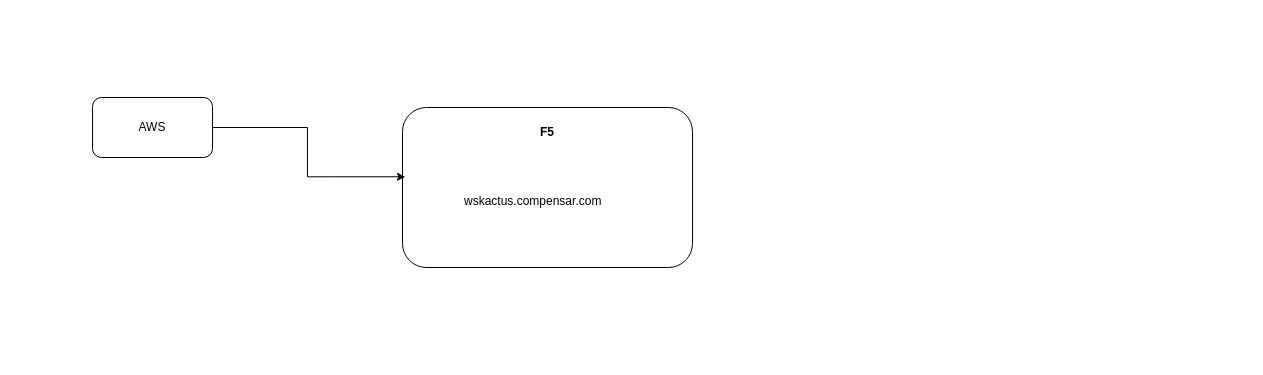
The draw.io diagram page "Page-4" (4 of 4) of Kactus Notificar.drawio in carlosvalderrama1204/diagrams, before the edit. Source tidied: cells renumbered, new cells numbered last; positions are measured from the earlier drawing's top-left corner, leaving out a move shared by most shapes. Both pictures are drawn from the tidied source at 100%, with x=0, y=0 at pixel (92, 97).
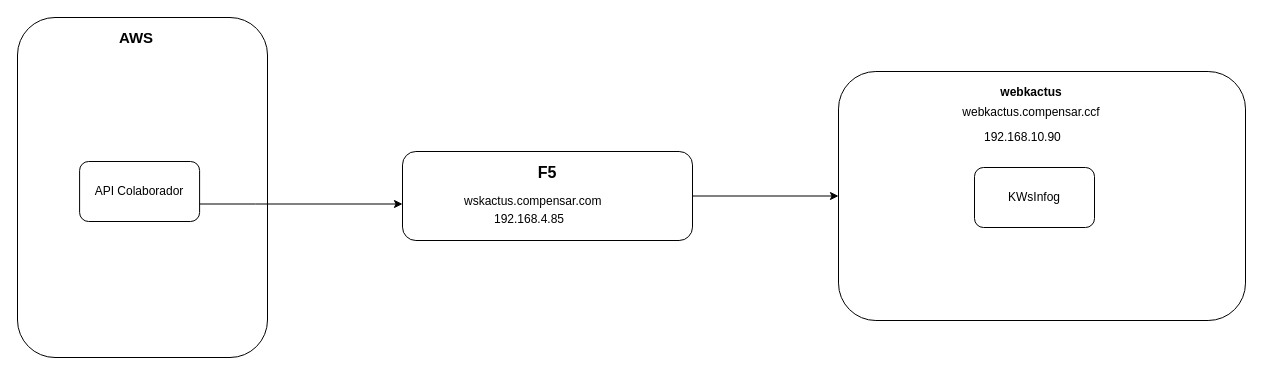
After the change.

Diff of the diagram source:
```diff
@@
 <mxGraphModel>
   <root>
     <mxCell id="0" />
     <mxCell id="1" parent="0" />
+    <mxCell id="7" style="rounded=1;whiteSpace=wrap;html=1;" parent="1" vertex="1">
+      <mxGeometry x="-75" y="-80" width="250" height="340" as="geometry" />
+    </mxCell>
+    <mxCell id="8" style="edgeStyle=orthogonalEdgeStyle;rounded=0;jettySize=auto;html=1;" parent="1" edge="1" source="2" target="10">
+      <mxGeometry relative="1" as="geometry" />
+    </mxCell>
     <mxCell id="2" style="rounded=1;whiteSpace=wrap;html=1;" parent="1" vertex="1">
-      <mxGeometry x="310" y="10" width="290" height="160" as="geometry" />
+      <mxGeometry x="310" y="54" width="290" height="89" as="geometry" />
     </mxCell>
     <mxCell id="3" value="wskactus.compensar.com" style="text;whiteSpace=wrap;" parent="1" vertex="1">
       <mxGeometry x="370" y="90" width="170" height="40" as="geometry" />
     </mxCell>
-    <mxCell id="4" value="AWS" style="rounded=1;whiteSpace=wrap;html=1;" parent="1" vertex="1">
-      <mxGeometry width="120" height="60" as="geometry" />
+    <mxCell id="4" value="API Colaborador" style="rounded=1;whiteSpace=wrap;html=1;" parent="1" vertex="1">
+      <mxGeometry x="-12.9" y="64" width="120" height="60" as="geometry" />
     </mxCell>
-    <mxCell id="5" value="F5" style="text;html=1;whiteSpace=wrap;strokeColor=none;fillColor=none;align=center;verticalAlign=middle;rounded=0;fontStyle=1;" parent="1" vertex="1">
-      <mxGeometry x="425" y="20" width="60" height="30" as="geometry" />
+    <mxCell id="5" value="F5" style="text;html=1;whiteSpace=wrap;strokeColor=none;fillColor=none;align=center;verticalAlign=middle;rounded=0;fontStyle=1;fontSize=16;" parent="1" vertex="1">
+      <mxGeometry x="425" y="60" width="60" height="30" as="geometry" />
     </mxCell>
-    <mxCell id="6" style="edgeStyle=orthogonalEdgeStyle;rounded=0;jettySize=auto;html=1;entryX=0.01;entryY=0.433;entryDx=0;entryDy=0;entryPerimeter=0;" parent="1" edge="1" source="4" target="2">
-      <mxGeometry relative="1" as="geometry" />
+    <mxCell id="6" style="edgeStyle=orthogonalEdgeStyle;rounded=0;jettySize=auto;html=1;entryX=0.01;entryY=0.433;entryDx=0;entryDy=0;entryPerimeter=0;" parent="1" edge="1" source="4">
+      <mxGeometry relative="1" as="geometry">
+        <mxPoint x="310" y="106.5" as="targetPoint" />
+        <Array as="points">
+          <mxPoint x="163" y="106.5" />
+          <mxPoint x="163" y="106.5" />
+        </Array>
+      </mxGeometry>
     </mxCell>
+    <mxCell id="9" value="AWS" style="text;html=1;whiteSpace=wrap;strokeColor=none;fillColor=none;align=center;verticalAlign=middle;rounded=0;fontStyle=1;fontSize=15;" parent="1" vertex="1">
+      <mxGeometry x="14" y="-75" width="60" height="30" as="geometry" />
+    </mxCell>
+    <mxCell id="10" style="rounded=1;whiteSpace=wrap;html=1;" parent="1" vertex="1">
+      <mxGeometry x="746" y="-26" width="407" height="249" as="geometry" />
+    </mxCell>
+    <mxCell id="11" value="webkactus" style="text;html=1;whiteSpace=wrap;strokeColor=none;fillColor=none;align=center;verticalAlign=middle;rounded=0;fontStyle=1;" parent="1" vertex="1">
+      <mxGeometry x="909" y="-20" width="60" height="30" as="geometry" />
+    </mxCell>
+    <mxCell id="12" value="KWsInfog" style="rounded=1;whiteSpace=wrap;html=1;" parent="1" vertex="1">
+      <mxGeometry x="882" y="70" width="120" height="60" as="geometry" />
+    </mxCell>
+    <mxCell id="13" value="192.168.4.85" style="text;html=1;whiteSpace=wrap;strokeColor=none;fillColor=none;align=center;verticalAlign=middle;rounded=0;" parent="1" vertex="1">
+      <mxGeometry x="407" y="107" width="60" height="30" as="geometry" />
+    </mxCell>
+    <mxCell id="14" value="192.168.10.90" style="text;whiteSpace=wrap;" parent="1" vertex="1">
+      <mxGeometry x="889.5" y="26" width="105" height="36" as="geometry" />
+    </mxCell>
+    <mxCell id="15" value="webkactus.compensar.ccf" style="text;html=1;whiteSpace=wrap;strokeColor=none;fillColor=none;align=center;verticalAlign=middle;rounded=0;" parent="1" vertex="1">
+      <mxGeometry x="909" width="60" height="30" as="geometry" />
+    </mxCell>
   </root>
 </mxGraphModel>
```
